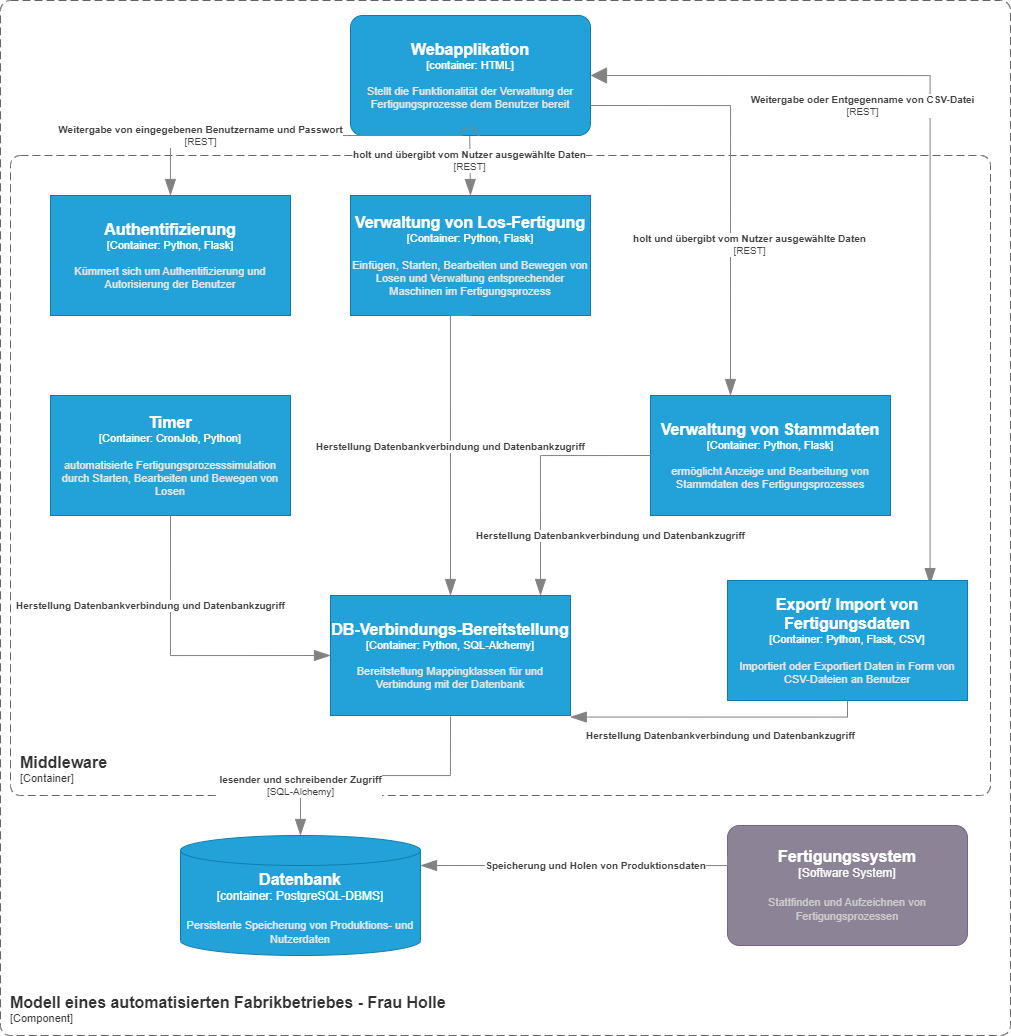
This is docs/architecture/c4-modell-ueberarbeitet/C3.png from RichardSchultz-gh/semiconductor-logistics-automation, a draw.io export, as it was before one commit. Source tidied: cells renumbered, new cells last; positions are measured from the earlier drawing's top-left corner, leaving out a move shared by most shapes.
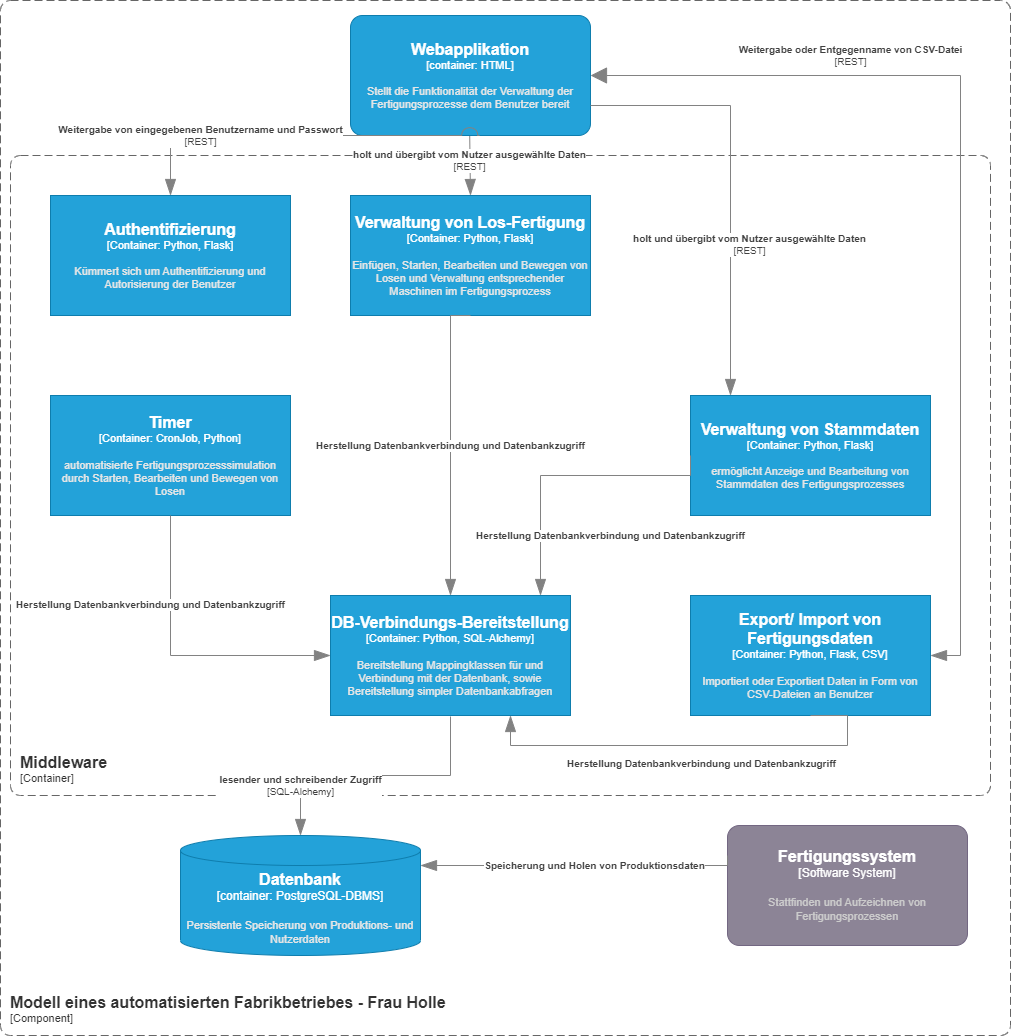
Above is the later version.

The edit, as a diff of the source:
```diff
@@ -47,7 +47,7 @@
         <mxGeometry x="350" y="15" width="240" height="120" as="geometry" />
       </mxCell>
     </object>
-    <object id="9" label="&lt;font style=&quot;font-size: 16px&quot;&gt;&lt;b&gt;%c4Name%&lt;/b&gt;&lt;/font&gt;&lt;div&gt;[%c4Type%: %c4Technology%]&lt;/div&gt;&lt;br&gt;&lt;div&gt;&lt;font style=&quot;font-size: 11px&quot;&gt;&lt;font color=&quot;#E6E6E6&quot;&gt;%c4Description%&lt;/font&gt;&lt;/div&gt;" c4Description="Bereitstellung Mappingklassen für und Verbindung mit der Datenbank" c4Name="DB-Verbindungs-Bereitstellung" c4Technology="Python, SQL-Alchemy" c4Type="Container" placeholders="1">
+    <object id="9" label="&lt;font style=&quot;font-size: 16px&quot;&gt;&lt;b&gt;%c4Name%&lt;/b&gt;&lt;/font&gt;&lt;div&gt;[%c4Type%: %c4Technology%]&lt;/div&gt;&lt;br&gt;&lt;div&gt;&lt;font style=&quot;font-size: 11px&quot;&gt;&lt;font color=&quot;#E6E6E6&quot;&gt;%c4Description%&lt;/font&gt;&lt;/div&gt;" c4Description="Bereitstellung Mappingklassen für und Verbindung mit der Datenbank, sowie Bereitstellung simpler Datenbankabfragen" c4Name="DB-Verbindungs-Bereitstellung" c4Technology="Python, SQL-Alchemy" c4Type="Container" placeholders="1">
       <mxCell style="rounded=1;whiteSpace=wrap;html=1;fontSize=11;labelBackgroundColor=none;fillColor=#23A2D9;fontColor=#ffffff;align=center;arcSize=0;strokeColor=#0E7DAD;points=[[0.25,0,0],[0.5,0,0],[0.75,0,0],[1,0.25,0],[1,0.5,0],[1,0.75,0],[0.75,1,0],[0.5,1,0],[0.25,1,0],[0,0.75,0],[0,0.5,0],[0,0.25,0]];" parent="1" vertex="1">
         <mxGeometry x="330" y="595" width="240" height="120" as="geometry" />
       </mxCell>
@@ -77,12 +77,12 @@
       </mxCell>
     </object>
     <object id="14" label="&lt;div style=&quot;text-align: left&quot;&gt;&lt;div style=&quot;text-align: center&quot;&gt;&lt;b&gt;%c4Description%&lt;/b&gt;&lt;/div&gt;&lt;div style=&quot;text-align: center&quot;&gt;[%c4Technology%]&lt;/div&gt;&lt;/div&gt;" c4Description="Weitergabe oder Entgegenname von CSV-Datei" c4Technology="REST" c4Type="Relationship" placeholders="1">
-      <mxCell style="endArrow=blockThin;html=1;fontSize=10;fontColor=#404040;strokeWidth=1;endFill=1;strokeColor=#828282;elbow=vertical;endSize=14;startSize=14;jumpStyle=arc;jumpSize=16;rounded=0;edgeStyle=orthogonalEdgeStyle;entryX=0.844;entryY=0.034;entryDx=0;entryDy=0;entryPerimeter=0;exitX=1;exitY=0.5;exitDx=0;exitDy=0;exitPerimeter=0;startArrow=block;startFill=1;" parent="1" edge="1" source="8" target="17">
-        <mxGeometry x="-0.36" y="-30" relative="1" as="geometry">
+      <mxCell style="endArrow=blockThin;html=1;fontSize=10;fontColor=#404040;strokeWidth=1;endFill=1;strokeColor=#828282;elbow=vertical;endSize=14;startSize=14;jumpStyle=arc;jumpSize=16;rounded=0;edgeStyle=orthogonalEdgeStyle;entryX=1;entryY=0.5;entryDx=0;entryDy=0;entryPerimeter=0;exitX=1;exitY=0.5;exitDx=0;exitDy=0;exitPerimeter=0;startArrow=block;startFill=1;" parent="1" edge="1" source="8" target="17">
+        <mxGeometry x="-0.47" y="20" relative="1" as="geometry">
           <Array as="points">
-            <mxPoint x="930" y="75" />
+            <mxPoint x="960" y="75" />
+            <mxPoint x="960" y="655" />
           </Array>
-          <mxPoint x="-1" as="offset" />
         </mxGeometry>
       </mxCell>
     </object>
@@ -102,12 +102,12 @@
     </object>
     <object id="17" label="&lt;font style=&quot;font-size: 16px&quot;&gt;&lt;b&gt;%c4Name%&lt;/b&gt;&lt;/font&gt;&lt;div&gt;[%c4Type%: %c4Technology%]&lt;/div&gt;&lt;br&gt;&lt;div&gt;&lt;font style=&quot;font-size: 11px&quot;&gt;&lt;font color=&quot;#E6E6E6&quot;&gt;%c4Description%&lt;/font&gt;&lt;/div&gt;" c4Description="Importiert oder Exportiert Daten in Form von CSV-Dateien an Benutzer" c4Name="Export/ Import von Fertigungsdaten" c4Technology="Python, Flask, CSV" c4Type="Container" placeholders="1">
       <mxCell style="rounded=1;whiteSpace=wrap;html=1;fontSize=11;labelBackgroundColor=none;fillColor=#23A2D9;fontColor=#ffffff;align=center;arcSize=0;strokeColor=#0E7DAD;points=[[0.25,0,0],[0.5,0,0],[0.75,0,0],[1,0.25,0],[1,0.5,0],[1,0.75,0],[0.75,1,0],[0.5,1,0],[0.25,1,0],[0,0.75,0],[0,0.5,0],[0,0.25,0]];" parent="1" vertex="1">
-        <mxGeometry x="727" y="580" width="240" height="120" as="geometry" />
+        <mxGeometry x="690" y="595" width="240" height="120" as="geometry" />
       </mxCell>
     </object>
     <object id="18" label="&lt;font style=&quot;font-size: 16px&quot;&gt;&lt;b&gt;%c4Name%&lt;/b&gt;&lt;/font&gt;&lt;div&gt;[%c4Type%: %c4Technology%]&lt;/div&gt;&lt;br&gt;&lt;div&gt;&lt;font style=&quot;font-size: 11px&quot;&gt;&lt;font color=&quot;#E6E6E6&quot;&gt;%c4Description%&lt;/font&gt;&lt;/div&gt;" c4Description="ermöglicht Anzeige und Bearbeitung von Stammdaten des Fertigungsprozesses " c4Name="Verwaltung von Stammdaten" c4Technology="Python, Flask" c4Type="Container" placeholders="1">
       <mxCell style="rounded=1;whiteSpace=wrap;html=1;fontSize=11;labelBackgroundColor=none;fillColor=#23A2D9;fontColor=#ffffff;align=center;arcSize=0;strokeColor=#0E7DAD;points=[[0.25,0,0],[0.5,0,0],[0.75,0,0],[1,0.25,0],[1,0.5,0],[1,0.75,0],[0.75,1,0],[0.5,1,0],[0.25,1,0],[0,0.75,0],[0,0.5,0],[0,0.25,0]];" parent="1" vertex="1">
-        <mxGeometry x="650" y="395" width="240" height="120" as="geometry" />
+        <mxGeometry x="690" y="395" width="240" height="120" as="geometry" />
       </mxCell>
     </object>
     <object id="19" label="&lt;div style=&quot;text-align: left&quot;&gt;&lt;div style=&quot;text-align: center&quot;&gt;&lt;b&gt;%c4Description%&lt;/b&gt;&lt;/div&gt;&lt;div style=&quot;text-align: center&quot;&gt;[%c4Technology%]&lt;/div&gt;&lt;/div&gt;" c4Description="holt und übergibt vom Nutzer ausgewählte Daten" c4Technology="REST" c4Type="Relationship" placeholders="1">
@@ -136,17 +136,21 @@
     </object>
     <object id="21" label="&lt;div style=&quot;text-align: left&quot;&gt;&lt;div style=&quot;text-align: center&quot;&gt;&lt;b&gt;%c4Description%&lt;/b&gt;&lt;/div&gt;" c4Description="Herstellung Datenbankverbindung und Datenbankzugriff" c4Type="Relationship" placeholders="1">
       <mxCell style="endArrow=blockThin;html=1;fontSize=10;fontColor=#404040;strokeWidth=1;endFill=1;strokeColor=#828282;elbow=vertical;endSize=14;startSize=14;jumpStyle=arc;jumpSize=16;rounded=0;edgeStyle=orthogonalEdgeStyle;exitX=0;exitY=0.5;exitDx=0;exitDy=0;exitPerimeter=0;" parent="1" edge="1" source="18">
-        <mxGeometry x="0.52" y="70" relative="1" as="geometry">
+        <mxGeometry x="-0.31" y="60" relative="1" as="geometry">
           <mxPoint x="540" y="595" as="targetPoint" />
-          <mxPoint y="-1" as="offset" />
+          <Array as="points">
+            <mxPoint x="690" y="475" />
+            <mxPoint x="540" y="475" />
+          </Array>
         </mxGeometry>
       </mxCell>
     </object>
     <object id="22" label="&lt;div style=&quot;text-align: left&quot;&gt;&lt;div style=&quot;text-align: center&quot;&gt;&lt;b&gt;%c4Description%&lt;/b&gt;&lt;/div&gt;" c4Description="Herstellung Datenbankverbindung und Datenbankzugriff" c4Type="Relationship" placeholders="1">
-      <mxCell style="endArrow=blockThin;html=1;fontSize=10;fontColor=#404040;strokeWidth=1;endFill=1;strokeColor=#828282;elbow=vertical;endSize=14;startSize=14;jumpStyle=arc;jumpSize=16;rounded=0;edgeStyle=orthogonalEdgeStyle;entryX=0.999;entryY=1.013;entryDx=0;entryDy=0;entryPerimeter=0;exitX=0.5;exitY=1;exitDx=0;exitDy=0;exitPerimeter=0;" parent="1" edge="1" source="17" target="9">
+      <mxCell style="endArrow=blockThin;html=1;fontSize=10;fontColor=#404040;strokeWidth=1;endFill=1;strokeColor=#828282;elbow=vertical;endSize=14;startSize=14;jumpStyle=arc;jumpSize=16;rounded=0;edgeStyle=orthogonalEdgeStyle;entryX=0.75;entryY=1;entryDx=0;entryDy=0;entryPerimeter=0;exitX=0.5;exitY=1;exitDx=0;exitDy=0;exitPerimeter=0;" parent="1" edge="1" source="17" target="9">
         <mxGeometry x="-0.02" y="18" relative="1" as="geometry">
           <Array as="points">
-            <mxPoint x="847" y="717" />
+            <mxPoint x="847" y="745" />
+            <mxPoint x="510" y="745" />
           </Array>
         </mxGeometry>
       </mxCell>
```
